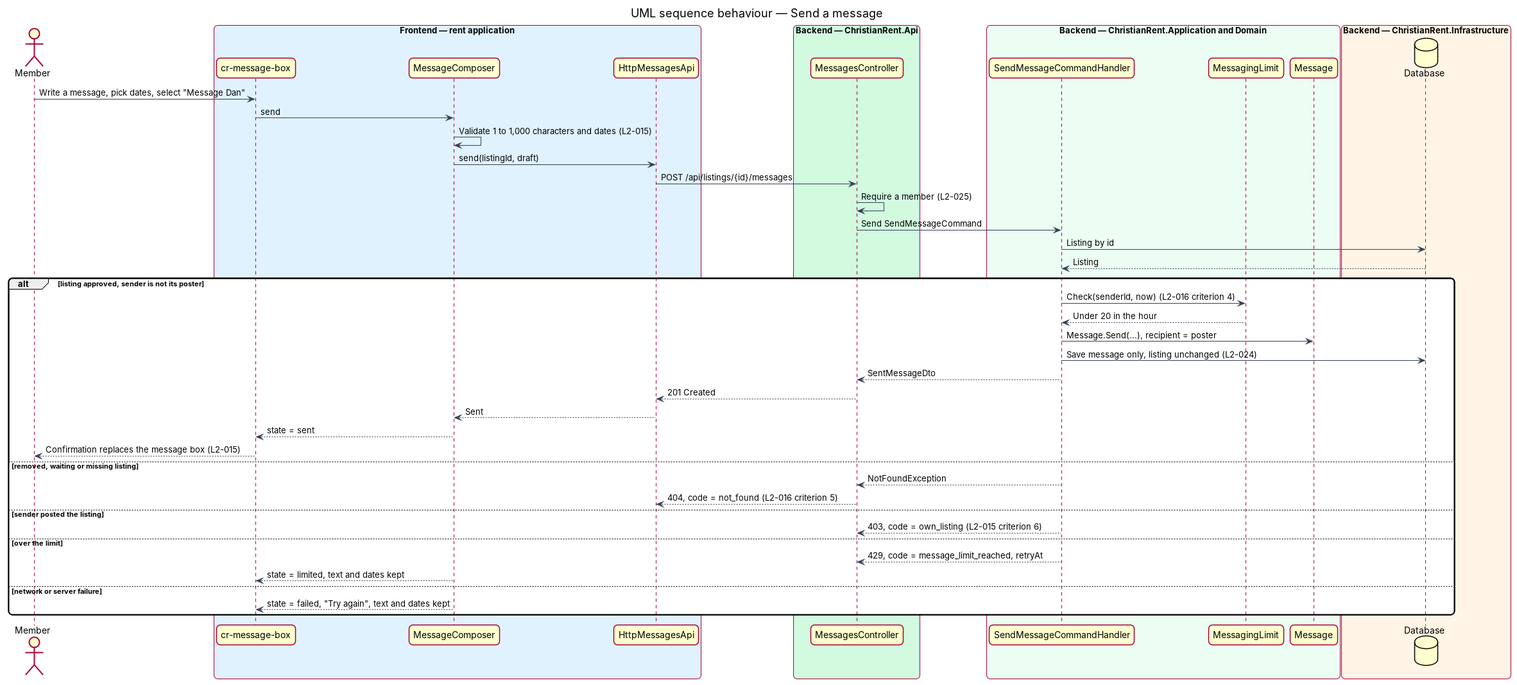
This is docs/detailed-designs/messages/send-message/diagrams/sequence-send-message.png from QuinntyneBrown/christian-rent, a PlantUML export, as it was before one commit. Its source is kept beside it as docs/detailed-designs/messages/send-message/diagrams/sequence-send-message.puml.
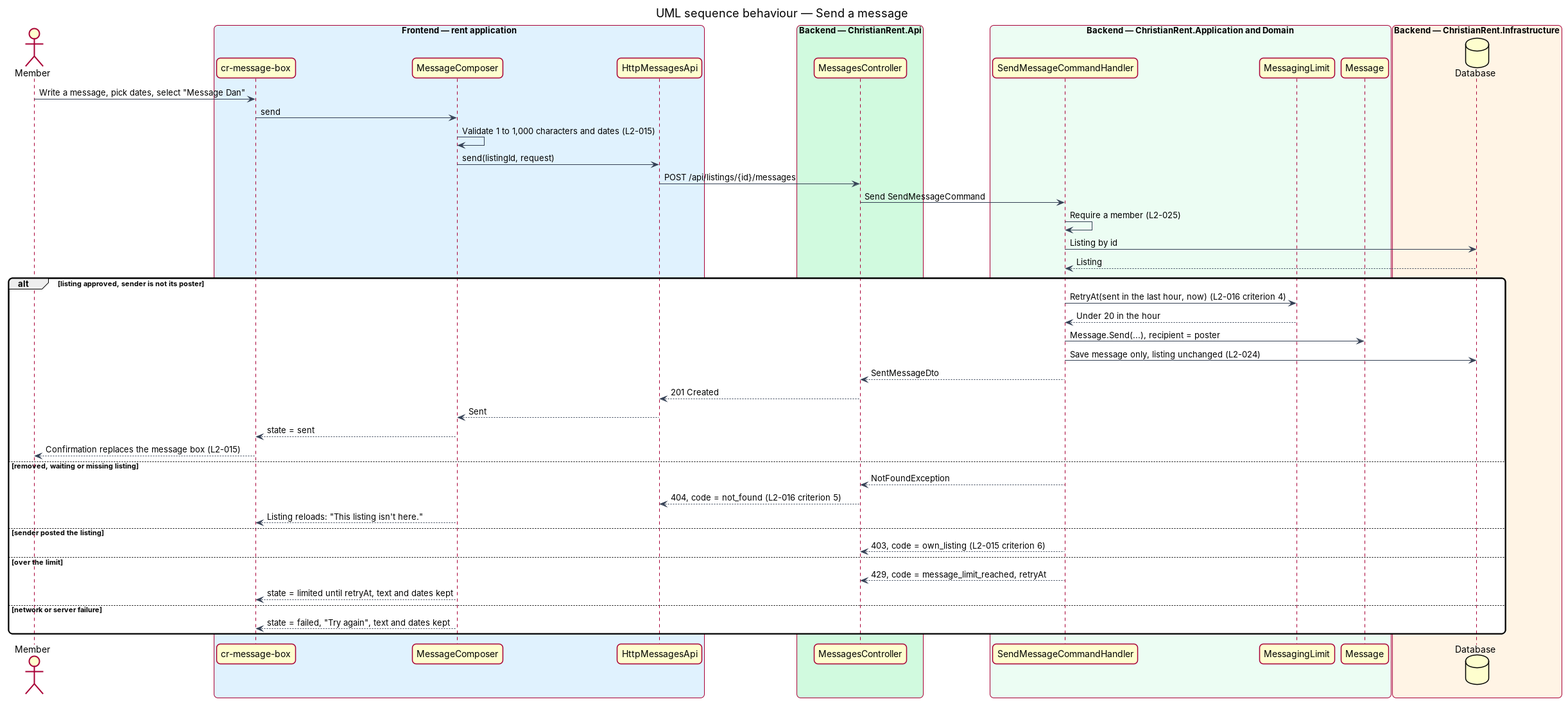
After the commit.

The edit, as a diff of the source:
```diff
@@ -34,14 +34,14 @@
 actor -> box : Write a message, pick dates, select "Message Dan"
 box -> composer : send
 composer -> composer : Validate 1 to 1,000 characters and dates (L2-015)
-composer -> client : send(listingId, draft)
+composer -> client : send(listingId, request)
 client -> ctrl : POST /api/listings/{id}/messages
-ctrl -> ctrl : Require a member (L2-025)
 ctrl -> handler : Send SendMessageCommand
+handler -> handler : Require a member (L2-025)
 handler -> db : Listing by id
 db --> handler : Listing
 alt listing approved, sender is not its poster
-  handler -> limit : Check(senderId, now) (L2-016 criterion 4)
+  handler -> limit : RetryAt(sent in the last hour, now) (L2-016 criterion 4)
   limit --> handler : Under 20 in the hour
   handler -> entity : Message.Send(...), recipient = poster
   handler -> db : Save message only, listing unchanged (L2-024)
@@ -53,11 +53,12 @@
 else removed, waiting or missing listing
   handler --> ctrl : NotFoundException
   ctrl --> client : 404, code = not_found (L2-016 criterion 5)
+  composer --> box : Listing reloads: "This listing isn't here."
 else sender posted the listing
   handler --> ctrl : 403, code = own_listing (L2-015 criterion 6)
 else over the limit
   handler --> ctrl : 429, code = message_limit_reached, retryAt
-  composer --> box : state = limited, text and dates kept
+  composer --> box : state = limited until retryAt, text and dates kept
 else network or server failure
   composer --> box : state = failed, "Try again", text and dates kept
 end
```
